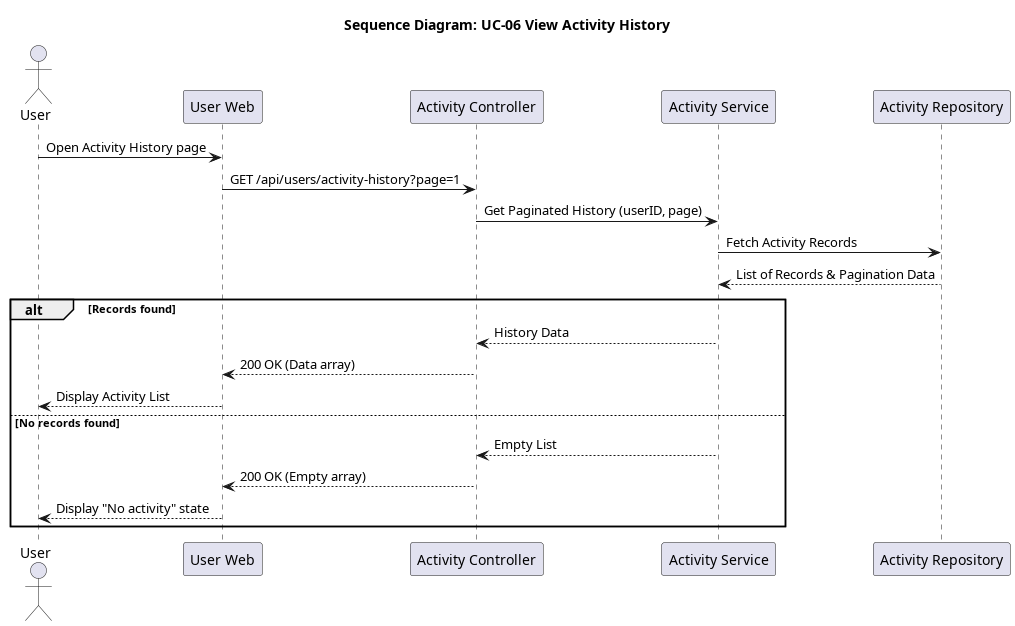
Above: docs/srs_add/SAD/diagrams/seq_06_view_activity_history.png in giakiet05/lkforum-new (PlantUML), before the change. Its diagram source:
```plantuml
@startuml seq_06_view_activity_history
title Sequence Diagram: UC-06 View Activity History

actor User
participant "User Web" as Frontend
participant "Activity Controller" as Controller
participant "Activity Service" as Service
participant "Activity Repository" as Repo

User -> Frontend: Open Activity History page
Frontend -> Controller: GET /api/users/activity-history?page=1
Controller -> Service: Get Paginated History (userID, page)
Service -> Repo: Fetch Activity Records
Repo --> Service: List of Records & Pagination Data

alt Records found
    Service --> Controller: History Data
    Controller --> Frontend: 200 OK (Data array)
    Frontend --> User: Display Activity List
else No records found
    Service --> Controller: Empty List
    Controller --> Frontend: 200 OK (Empty array)
    Frontend --> User: Display "No activity" state
end
@enduml
```
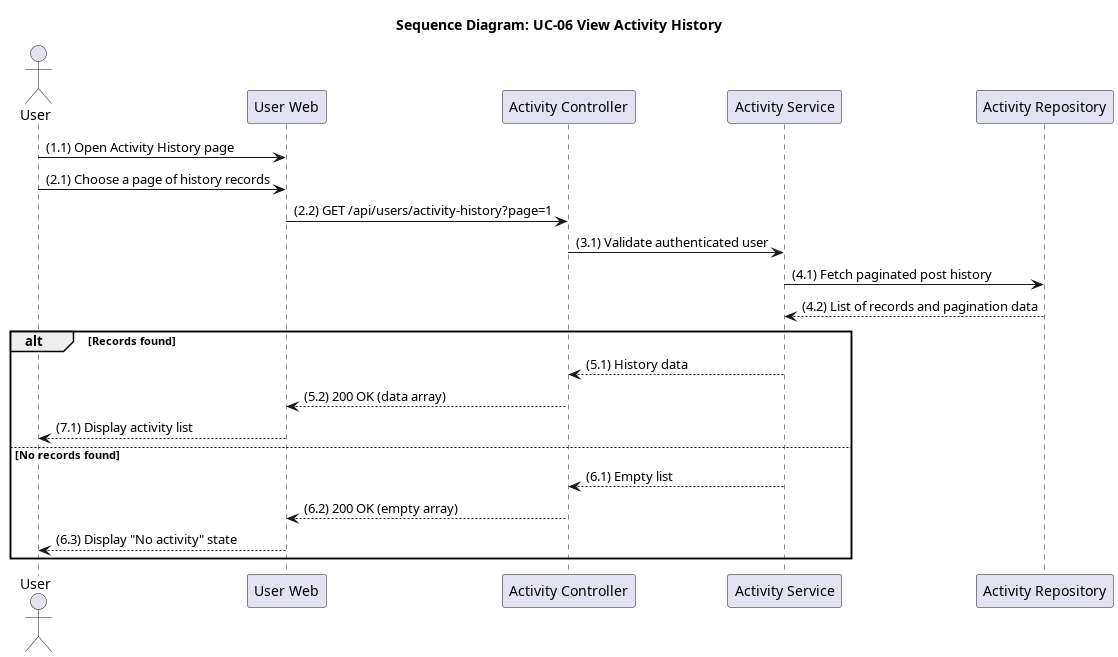
After the commit.

What changed in the source:
```diff
@@ -7,19 +7,20 @@
 participant "Activity Service" as Service
 participant "Activity Repository" as Repo
 
-User -> Frontend: Open Activity History page
-Frontend -> Controller: GET /api/users/activity-history?page=1
-Controller -> Service: Get Paginated History (userID, page)
-Service -> Repo: Fetch Activity Records
-Repo --> Service: List of Records & Pagination Data
+User -> Frontend: (1.1) Open Activity History page
+User -> Frontend: (2.1) Choose a page of history records
+Frontend -> Controller: (2.2) GET /api/users/activity-history?page=1
+Controller -> Service: (3.1) Validate authenticated user
+Service -> Repo: (4.1) Fetch paginated post history
+Repo --> Service: (4.2) List of records and pagination data
 
 alt Records found
-    Service --> Controller: History Data
-    Controller --> Frontend: 200 OK (Data array)
-    Frontend --> User: Display Activity List
+    Service --> Controller: (5.1) History data
+    Controller --> Frontend: (5.2) 200 OK (data array)
+    Frontend --> User: (7.1) Display activity list
 else No records found
-    Service --> Controller: Empty List
-    Controller --> Frontend: 200 OK (Empty array)
-    Frontend --> User: Display "No activity" state
+    Service --> Controller: (6.1) Empty list
+    Controller --> Frontend: (6.2) 200 OK (empty array)
+    Frontend --> User: (6.3) Display "No activity" state
 end
 @enduml
```
